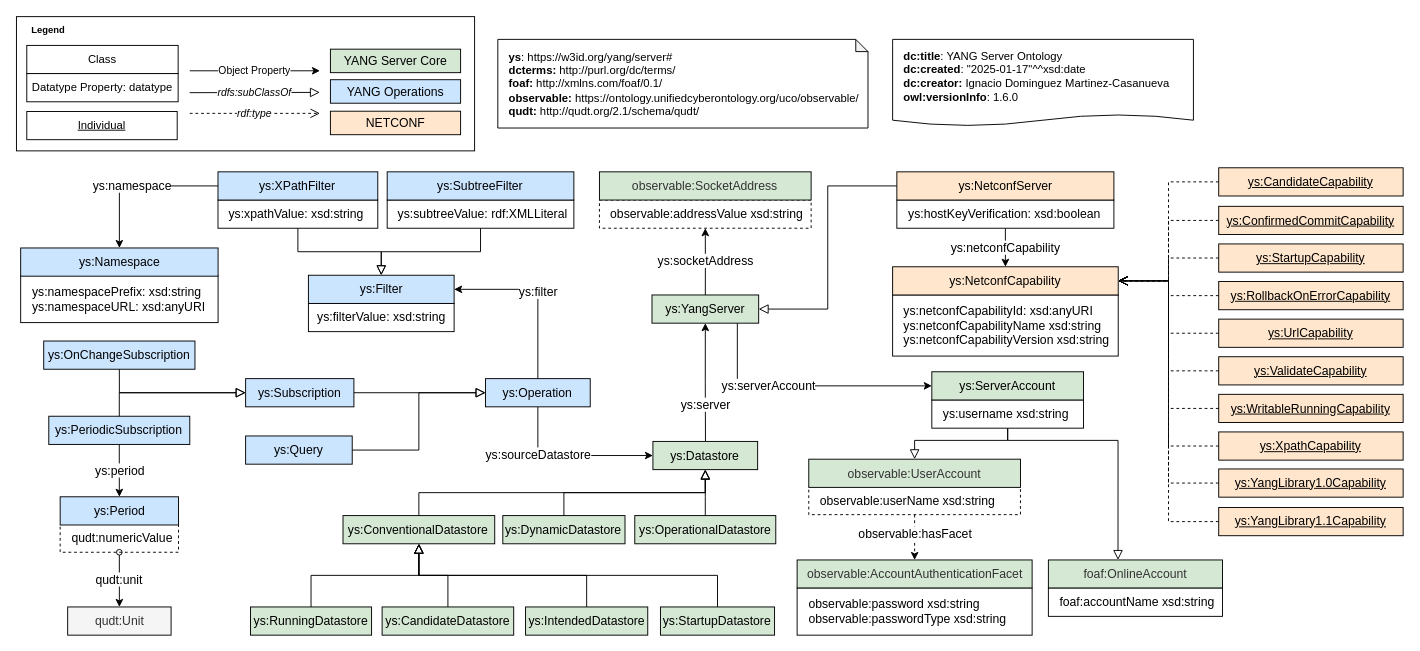
candil-data-fabric/yang-server-ontology keeps this draw.io diagram as page "1.6.0" (2 of 4) of diagrams/yang-server-figures.drawio. Above is the earlier version. Source tidied: cells renumbered, new cells numbered last; positions are measured from the earlier drawing's top-left corner, leaving out a move shared by most shapes. Both pictures are drawn from the tidied source at 94%, with x=0, y=0 at pixel (20, -146).
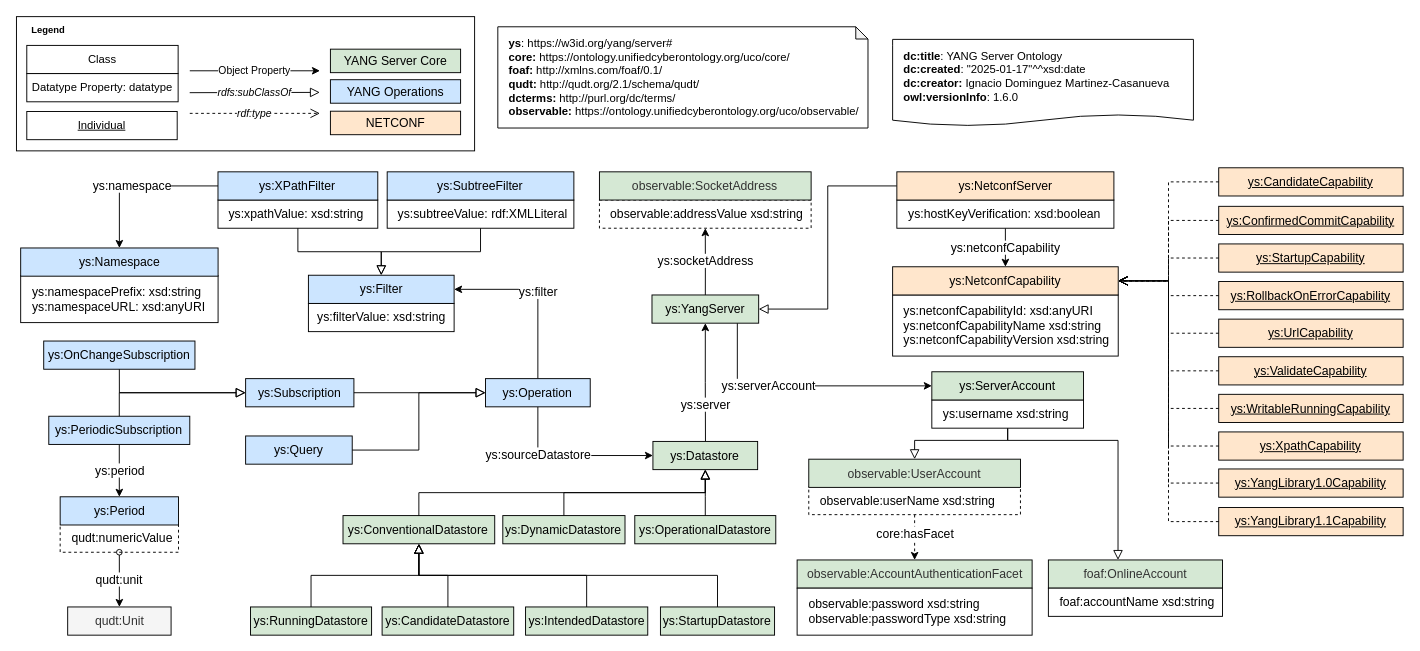
The same diagram, later.

Commit message (it also covers changes not shown here):
Fix prefix of core:hasFacet

Unchanged cells that the change refers to:
```xml
<mxCell id="83" value="observable:userName xsd:string" style="rounded=0;whiteSpace=wrap;html=1;snapToPoint=1;points=[[0.1,0],[0.2,0],[0.3,0],[0.4,0],[0.5,0],[0.6,0],[0.7,0],[0.8,0],[0.9,0],[0,0.1],[0,0.3],[0,0.5],[0,0.7],[0,0.9],[0.1,1],[0.2,1],[0.3,1],[0.4,1],[0.5,1],[0.6,1],[0.7,1],[0.8,1],[0.9,1],[1,0.1],[1,0.3],[1,0.5],[1,0.7],[1,0.9]];align=left;spacingLeft=10;fontSize=13;dashed=1;strokeColor=#000000;" parent="1" vertex="1">
  <mxGeometry x="838.9" y="672" width="225.2" height="30" as="geometry" />
</mxCell>
<mxCell id="84" value="observable:AccountAuthenticationFacet" style="rounded=0;whiteSpace=wrap;html=1;snapToPoint=1;points=[[0.1,0],[0.2,0],[0.3,0],[0.4,0],[0.5,0],[0.6,0],[0.7,0],[0.8,0],[0.9,0],[0,0.1],[0,0.3],[0,0.5],[0,0.7],[0,0.9],[0.1,1],[0.2,1],[0.3,1],[0.4,1],[0.5,1],[0.6,1],[0.7,1],[0.8,1],[0.9,1],[1,0.1],[1,0.3],[1,0.5],[1,0.7],[1,0.9]];fillColor=#D5E8D4;strokeColor=#000000;fontSize=13;fontColor=#333333;" parent="1" vertex="1">
  <mxGeometry x="826.5" y="750.2" width="250" height="30" as="geometry" />
</mxCell>
```

Change to the diagram source:
```diff
@@
-    <mxCell id="12" value="&lt;div style=&quot;border-color: var(--border-color);&quot;&gt;&lt;b style=&quot;border-color: var(--border-color);&quot;&gt;ys&lt;/b&gt;:&amp;nbsp;&lt;span style=&quot;white-space: pre;&quot;&gt;&lt;font style=&quot;&quot; face=&quot;Helvetica&quot;&gt;https://w3id.org/yang/server#&lt;/font&gt;&lt;/span&gt;&lt;/div&gt;&lt;div style=&quot;border-color: var(--border-color);&quot;&gt;&lt;b style=&quot;background-color: initial; border-color: var(--border-color);&quot;&gt;dcterms:&amp;nbsp;&lt;/b&gt;&lt;span style=&quot;background-color: initial;&quot;&gt;http://purl.org/dc/terms/&lt;/span&gt;&lt;/div&gt;&lt;div style=&quot;border-color: var(--border-color);&quot;&gt;&lt;span style=&quot;background-color: initial;&quot;&gt;&lt;b&gt;foaf:&amp;nbsp;&lt;/b&gt;&lt;/span&gt;&lt;span style=&quot;background-color: transparent;&quot;&gt;http://xmlns.com/foaf/0.1/&lt;/span&gt;&lt;/div&gt;&lt;div style=&quot;border-color: var(--border-color);&quot;&gt;&lt;span style=&quot;background-color: initial;&quot;&gt;&lt;b&gt;observable:&amp;nbsp;&lt;/b&gt;&lt;/span&gt;&lt;span style=&quot;background-color: transparent;&quot;&gt;https://ontology.unifiedcyberontology.org/uco/observable/&lt;/span&gt;&lt;/div&gt;&lt;div style=&quot;border-color: var(--border-color);&quot;&gt;&lt;b&gt;qudt:&amp;nbsp;&lt;/b&gt;&lt;span style=&quot;white-space: pre;&quot;&gt;&lt;font face=&quot;Helvetica&quot;&gt;http://qudt.org/2.1/schema/qudt/&lt;/font&gt;&lt;/span&gt;&lt;/div&gt;&lt;b style=&quot;border-color: var(--border-color);&quot;&gt;&lt;div style=&quot;&quot;&gt;&lt;/div&gt;&lt;/b&gt;" style="shape=note;whiteSpace=wrap;html=1;backgroundOutline=1;darkOpacity=0.05;size=13;align=left;spacingLeft=10;" parent="1" vertex="1">
-      <mxGeometry x="508.1" y="196.4" width="393.8" height="94.3" as="geometry" />
+    <mxCell id="12" value="&lt;div style=&quot;border-color: var(--border-color);&quot;&gt;&lt;b style=&quot;border-color: var(--border-color);&quot;&gt;ys&lt;/b&gt;:&amp;nbsp;&lt;span style=&quot;white-space: pre;&quot;&gt;&lt;font style=&quot;&quot; face=&quot;Helvetica&quot;&gt;https://w3id.org/yang/server#&lt;/font&gt;&lt;/span&gt;&lt;/div&gt;&lt;div style=&quot;border-color: var(--border-color);&quot;&gt;&lt;b style=&quot;background-color: transparent; color: light-dark(rgb(0, 0, 0), rgb(255, 255, 255));&quot;&gt;core:&amp;nbsp;&lt;/b&gt;&lt;span style=&quot;background-color: transparent; color: light-dark(rgb(0, 0, 0), rgb(255, 255, 255));&quot;&gt;https://ontology.unifiedcyberontology.org/uco/core/&lt;/span&gt;&lt;br&gt;&lt;/div&gt;&lt;div style=&quot;border-color: var(--border-color);&quot;&gt;&lt;span style=&quot;background-color: initial;&quot;&gt;&lt;b&gt;foaf:&amp;nbsp;&lt;/b&gt;&lt;/span&gt;&lt;span style=&quot;background-color: transparent;&quot;&gt;http://xmlns.com/foaf/0.1/&lt;/span&gt;&lt;/div&gt;&lt;div style=&quot;border-color: var(--border-color);&quot;&gt;&lt;div style=&quot;border-color: var(--border-color);&quot;&gt;&lt;b style=&quot;background-color: initial; border-color: var(--border-color);&quot;&gt;&lt;b&gt;qudt:&amp;nbsp;&lt;/b&gt;&lt;span style=&quot;font-weight: 400; white-space: pre;&quot;&gt;&lt;font face=&quot;Helvetica&quot;&gt;http://qudt.org/2.1/schema/qudt/&lt;/font&gt;&lt;/span&gt;&lt;br&gt;&lt;/b&gt;&lt;/div&gt;&lt;div style=&quot;border-color: var(--border-color);&quot;&gt;&lt;b style=&quot;background-color: initial; border-color: var(--border-color);&quot;&gt;dcterms:&amp;nbsp;&lt;/b&gt;&lt;span style=&quot;background-color: initial;&quot;&gt;http://purl.org/dc/terms/&lt;/span&gt;&lt;/div&gt;&lt;/div&gt;&lt;div style=&quot;border-color: var(--border-color);&quot;&gt;&lt;span style=&quot;background-color: initial;&quot;&gt;&lt;b&gt;observable:&amp;nbsp;&lt;/b&gt;&lt;/span&gt;&lt;span style=&quot;background-color: transparent;&quot;&gt;https://ontology.unifiedcyberontology.org/uco/observable/&lt;/span&gt;&lt;/div&gt;&lt;b style=&quot;border-color: var(--border-color);&quot;&gt;&lt;div style=&quot;&quot;&gt;&lt;/div&gt;&lt;/b&gt;" style="shape=note;whiteSpace=wrap;html=1;backgroundOutline=1;darkOpacity=0.05;size=13;align=left;spacingLeft=10;" parent="1" vertex="1">
+      <mxGeometry x="508.1" y="183" width="393.8" height="107.7" as="geometry" />
     </mxCell>
@@
-    <mxCell id="82" value="observable:hasFacet" style="edgeStyle=orthogonalEdgeStyle;rounded=0;jettySize=auto;html=1;exitX=0.5;exitY=1;exitDx=0;exitDy=0;entryX=0.5;entryY=0;entryDx=0;entryDy=0;dashed=1;strokeColor=#000000;align=center;verticalAlign=middle;fontFamily=Helvetica;fontSize=13;fontColor=default;labelBackgroundColor=default;endArrow=classic;" parent="1" edge="1" source="83" target="84">
+    <mxCell id="82" value="core:hasFacet" style="edgeStyle=orthogonalEdgeStyle;rounded=0;jettySize=auto;html=1;exitX=0.5;exitY=1;exitDx=0;exitDy=0;entryX=0.5;entryY=0;entryDx=0;entryDy=0;dashed=1;strokeColor=#000000;align=center;verticalAlign=middle;fontFamily=Helvetica;fontSize=13;fontColor=default;labelBackgroundColor=default;endArrow=classic;" parent="1" edge="1" source="83" target="84">
       <mxGeometry x="-0.15" relative="1" as="geometry" />
     </mxCell>
```
